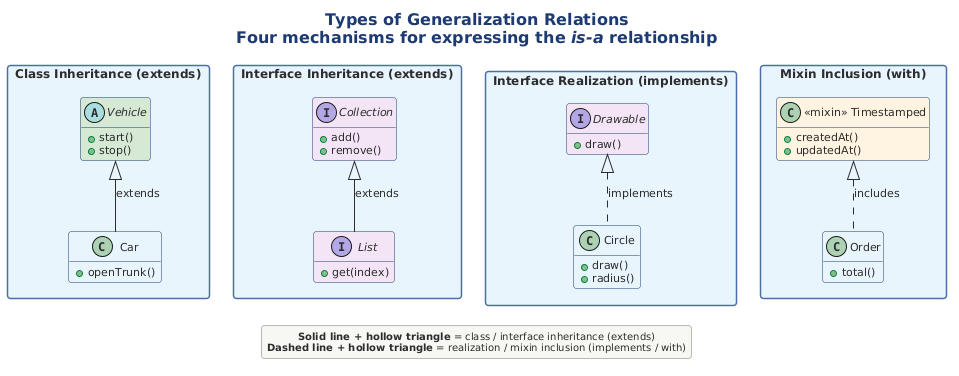
This is src/architecture/views-and-beyond/style-catalogs/module/generalization-style/png/types-generalization-relations-four.png from Notoriousjayy/latex-docs, a PlantUML export, as it was before one commit. The source it was exported from:
```plantuml
@startuml
skinparam nodesep 60
!include ../../../../../../tooling/styles/plantuml/structural/class-diagram-style.iuml

skinparam ranksep 50

title **Types of Generalization Relations**\nFour mechanisms for expressing the //is-a// relationship

package "Class Inheritance (extends)" #E8F4FD {
  abstract class "Vehicle" as veh #D5E8D4 {
    + start()
    + stop()
  }
  class "Car" as car #E8F4FD {
    + openTrunk()
  }
  veh <|-- car : extends
}

package "Interface Inheritance (extends)" #E8F4FD {
  interface "Collection" as coll #F3E5F5 {
    + add()
    + remove()
  }
  interface "List" as list #F3E5F5 {
    + get(index)
  }
  coll <|-- list : extends
}

package "Interface Realization (implements)" #E8F4FD {
  interface "Drawable" as draw #F3E5F5 {
    + draw()
  }
  class "Circle" as circ #E8F4FD {
    + draw()
    + radius()
  }
  draw <|.. circ : implements
}

package "Mixin Inclusion (with)" #E8F4FD {
  class "<<mixin>> Timestamped" as ts #FFF3E0 {
    + createdAt()
    + updatedAt()
  }
  class "Order" as ord #E8F4FD {
    + total()
  }
  ts <|.. ord : includes
}

legend bottom
  **Solid line + hollow triangle** = class / interface inheritance (extends)
  **Dashed line + hollow triangle** = realization / mixin inclusion (implements / with)
end legend

@enduml
```
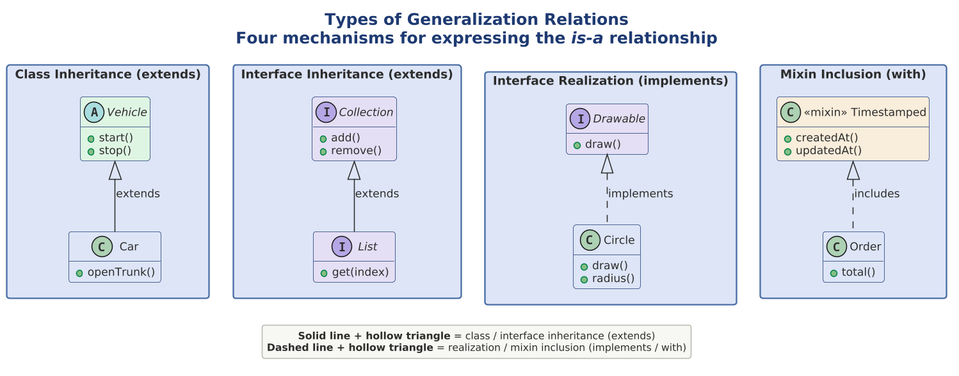
The same diagram one commit later.

What changed in the source:
```diff
@@ -1,4 +1,9 @@
 @startuml
+
+skinparam dpi 150
+
+
+
 skinparam nodesep 60
 !include ../../../../../../tooling/styles/plantuml/structural/class-diagram-style.iuml
 
@@ -6,45 +11,45 @@
 
 title **Types of Generalization Relations**\nFour mechanisms for expressing the //is-a// relationship
 
-package "Class Inheritance (extends)" #E8F4FD {
-  abstract class "Vehicle" as veh #D5E8D4 {
+package "Class Inheritance (extends)" $fill_primary {
+  abstract class "Vehicle" as veh $fill_ok {
     + start()
     + stop()
   }
-  class "Car" as car #E8F4FD {
+  class "Car" as car $fill_primary {
     + openTrunk()
   }
   veh <|-- car : extends
 }
 
-package "Interface Inheritance (extends)" #E8F4FD {
-  interface "Collection" as coll #F3E5F5 {
+package "Interface Inheritance (extends)" $fill_primary {
+  interface "Collection" as coll $fill_alt {
     + add()
     + remove()
   }
-  interface "List" as list #F3E5F5 {
+  interface "List" as list $fill_alt {
     + get(index)
   }
   coll <|-- list : extends
 }
 
-package "Interface Realization (implements)" #E8F4FD {
-  interface "Drawable" as draw #F3E5F5 {
+package "Interface Realization (implements)" $fill_primary {
+  interface "Drawable" as draw $fill_alt {
     + draw()
   }
-  class "Circle" as circ #E8F4FD {
+  class "Circle" as circ $fill_primary {
     + draw()
     + radius()
   }
   draw <|.. circ : implements
 }
 
-package "Mixin Inclusion (with)" #E8F4FD {
-  class "<<mixin>> Timestamped" as ts #FFF3E0 {
+package "Mixin Inclusion (with)" $fill_primary {
+  class "<<mixin>> Timestamped" as ts $fill_caution {
     + createdAt()
     + updatedAt()
   }
-  class "Order" as ord #E8F4FD {
+  class "Order" as ord $fill_primary {
     + total()
   }
   ts <|.. ord : includes
```
